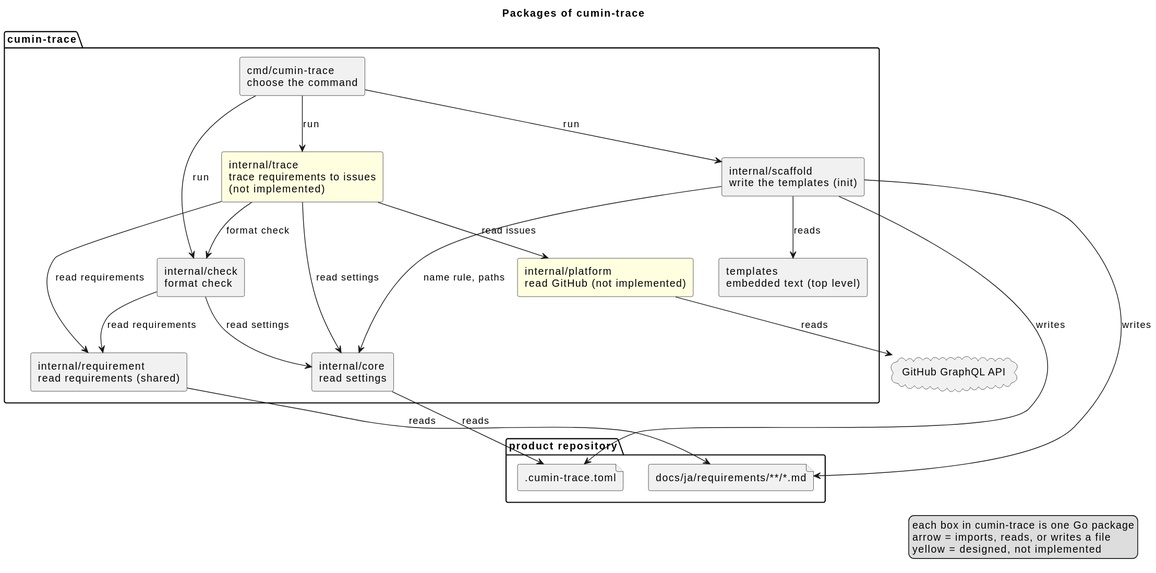
cloveclovedev/cumin-trace keeps this PlantUML diagram as docs/ja/architecture/overview.svg. Above is the earlier version.
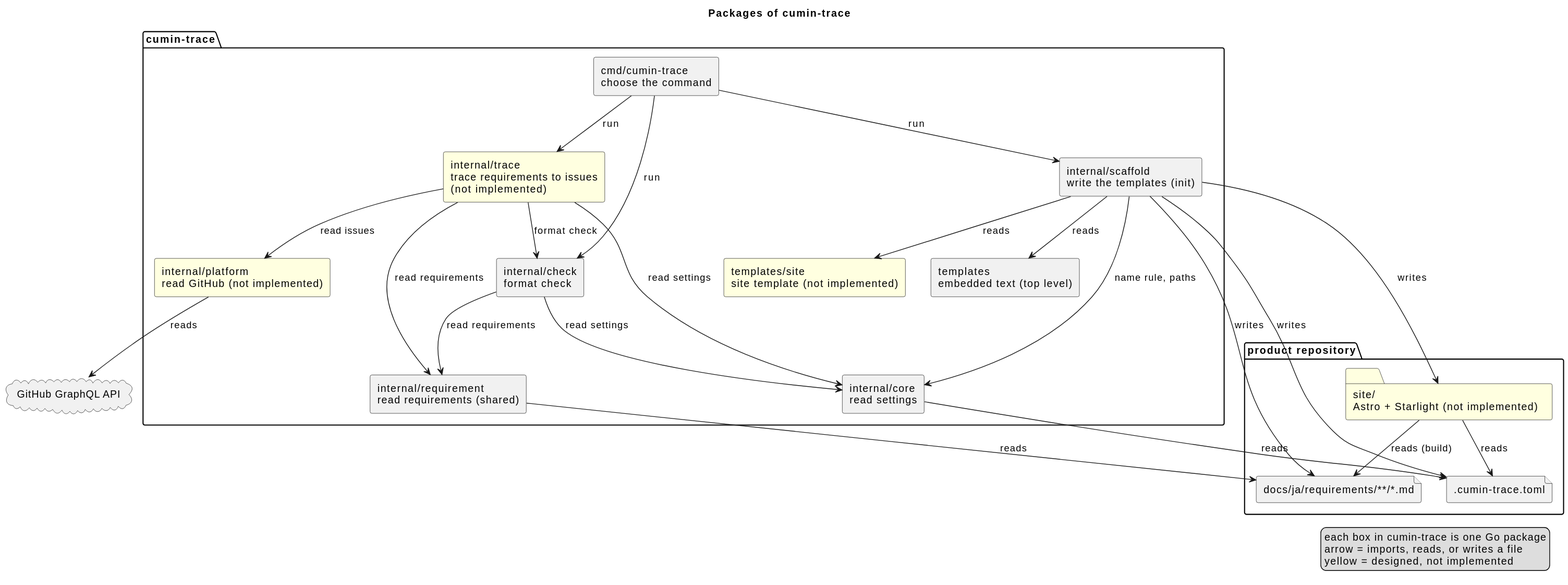
After the change.

Commit message:
docs(designs): write the design document of the site

The edit, as a diff of the source:
```diff
@@ -6,6 +6,7 @@
 package "product repository" {
   file ".cumin-trace.toml" as toml
   file "docs/ja/requirements/**/*.md" as docs
+  folder "site/\nAstro + Starlight (not implemented)" as site #LightYellow
 }
 
 package "cumin-trace" {
@@ -15,6 +16,7 @@
   [internal/core\nread settings] as core
   [internal/scaffold\nwrite the templates (init)] as scaffold
   [templates\nembedded text (top level)] as templates
+  [templates/site\nsite template (not implemented)] as tsite #LightYellow
   [internal/trace\ntrace requirements to issues\n(not implemented)] as trace #LightYellow
   [internal/platform\nread GitHub (not implemented)] as platform #LightYellow
 }
@@ -33,6 +35,10 @@
 scaffold --> core : name rule, paths
 scaffold --> toml : writes
 scaffold --> docs : writes
+scaffold --> tsite : reads
+scaffold --> site : writes
+site --> toml : reads
+site --> docs : reads (build)
 check --> requirement : read requirements
 check --> core : read settings
 core --> toml : reads
```
